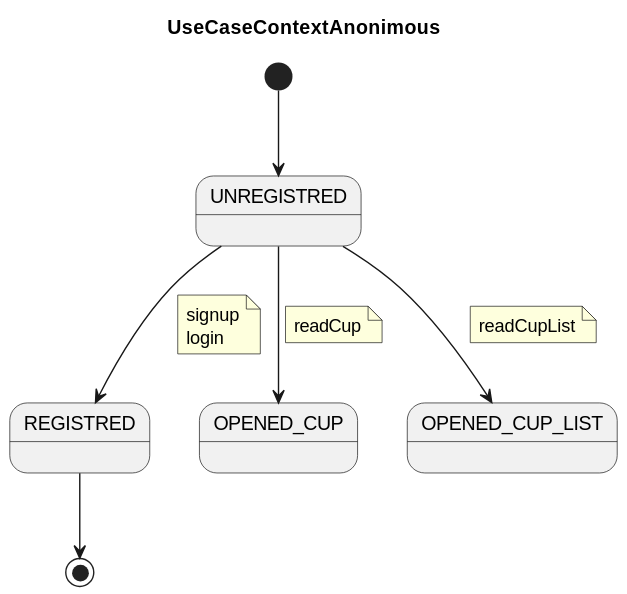
Before: out/documentation/uml/useCaseContextAnonimous/UseCaseContextAnonimous.svg, a diagram exported from PlantUML (jumpering/fanaticupsFront).
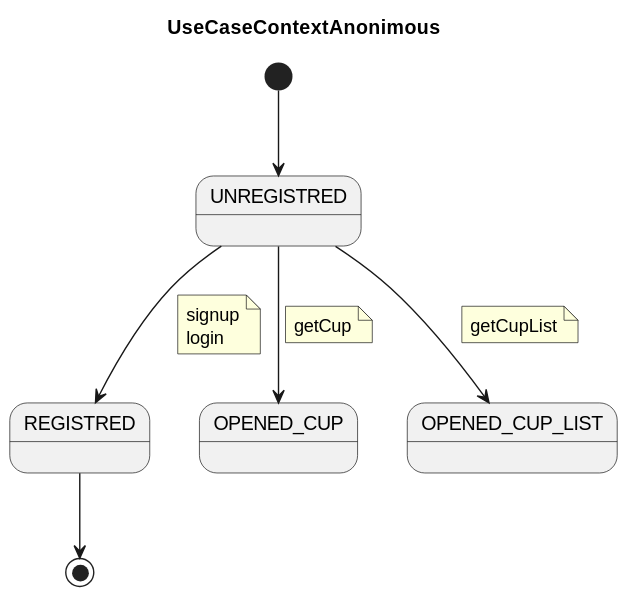
Later version of the same file.

Commit message:
change labels useCaseContext anonimous

Change to the diagram source:
```diff
@@ -15,12 +15,12 @@
 
 UNREGISTRED --> OPENED_CUP
     note on link
-        readCup
+        getCup
     end note
 
 UNREGISTRED --> OPENED_CUP_LIST
     note on link
-        readCupList
+        getCupList
     end note
 
 REGISTRED --> [*]
```
